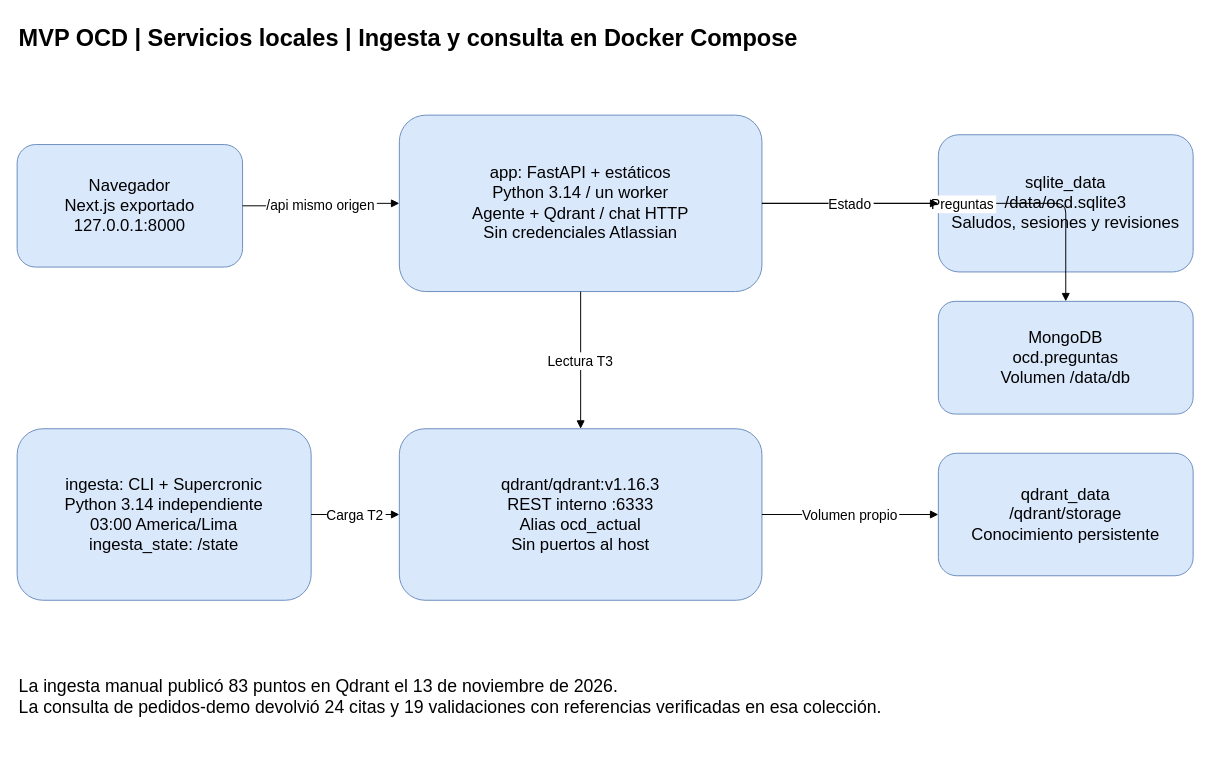
Above: page "Servicios locales" (2 of 3) of docs/MVP_OCD_Arquitectura.drawio in miguelsff/grupo-visa-ai (draw.io), before the change. Source tidied: cells renumbered, new cells numbered last; positions are measured from the earlier drawing's top-left corner, leaving out a move shared by most shapes. Both pictures are drawn from the tidied source at 98%, with x=0, y=0 at pixel (17, 17).
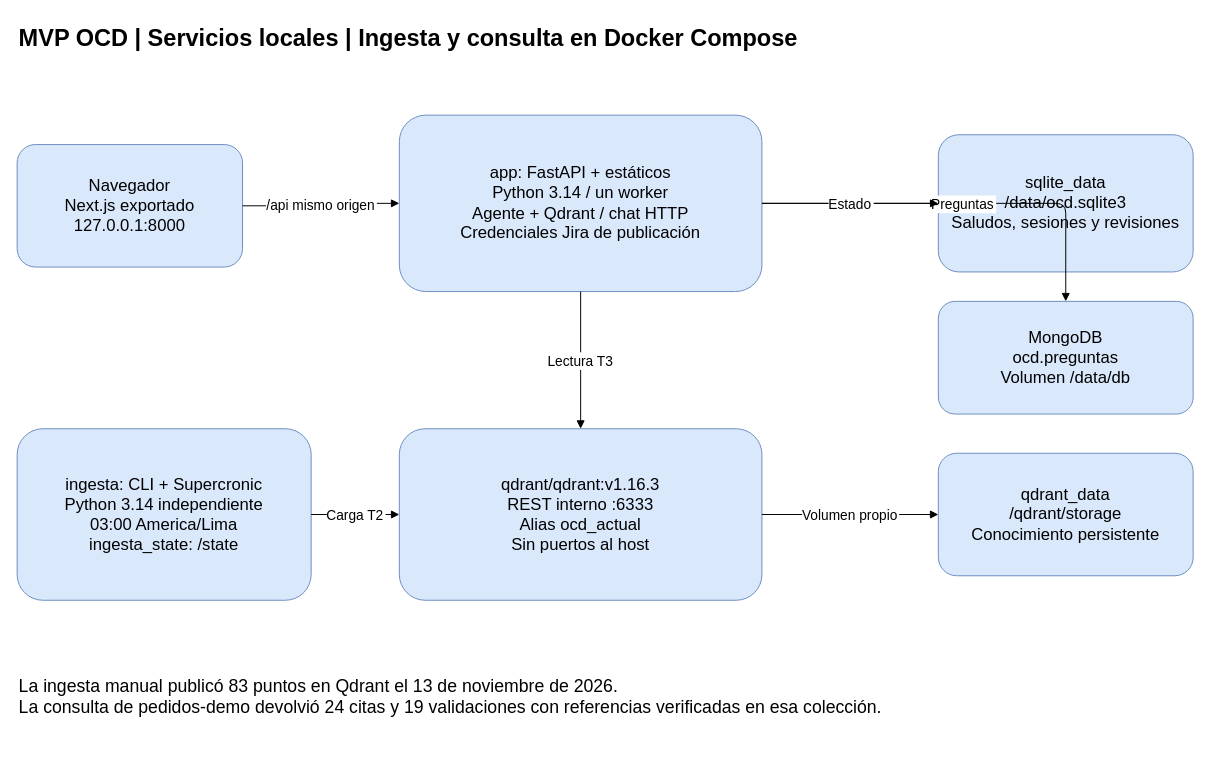
The same page after the edit.

Commit message (it also covers changes not shown here):
Documenta y verifica publicación OCD de demostración

What changed in the source:
```diff
@@
 <mxGraphModel>
   <root>
     <mxCell id="0" />
     <mxCell id="1" parent="0" />
     <mxCell id="2" value="MVP OCD | Servicios locales | Ingesta y consulta en Docker Compose" style="text;html=0;align=left;fontSize=24;fontStyle=1;" parent="1" vertex="1">
       <mxGeometry width="1200" height="65" as="geometry" />
     </mxCell>
     <mxCell id="3" value="Navegador&#10;Next.js exportado&#10;127.0.0.1:8000" style="rounded=1;whiteSpace=wrap;html=0;align=center;verticalAlign=middle;fontSize=17;fillColor=#dae8fc;strokeColor=#6c8ebf;" parent="1" vertex="1">
       <mxGeometry y="130" width="230" height="125" as="geometry" />
     </mxCell>
-    <mxCell id="4" value="app: FastAPI + estáticos&#10;Python 3.14 / un worker&#10;Agente + Qdrant / chat HTTP&#10;Sin credenciales Atlassian" style="rounded=1;whiteSpace=wrap;html=0;align=center;verticalAlign=middle;fontSize=17;fillColor=#dae8fc;strokeColor=#6c8ebf;" parent="1" vertex="1">
+    <mxCell id="4" value="app: FastAPI + estáticos&#10;Python 3.14 / un worker&#10;Agente + Qdrant / chat HTTP&#10;Credenciales Jira de publicación" style="rounded=1;whiteSpace=wrap;html=0;align=center;verticalAlign=middle;fontSize=17;fillColor=#dae8fc;strokeColor=#6c8ebf;" parent="1" vertex="1">
       <mxGeometry x="390" y="100" width="370" height="180" as="geometry" />
     </mxCell>
     <mxCell id="5" value="sqlite_data&#10;/data/ocd.sqlite3&#10;Saludos, sesiones y revisiones" style="rounded=1;whiteSpace=wrap;html=0;align=center;verticalAlign=middle;fontSize=17;fillColor=#dae8fc;strokeColor=#6c8ebf;" parent="1" vertex="1">
       <mxGeometry x="940" y="120" width="260" height="140" as="geometry" />
     </mxCell>
     <mxCell id="6" value="ingesta: CLI + Supercronic&#10;Python 3.14 independiente&#10;03:00 America/Lima&#10;ingesta_state: /state" style="rounded=1;whiteSpace=wrap;html=0;align=center;verticalAlign=middle;fontSize=17;fillColor=#dae8fc;strokeColor=#6c8ebf;" parent="1" vertex="1">
       <mxGeometry y="420" width="300" height="175" as="geometry" />
     </mxCell>
     <mxCell id="7" value="qdrant/qdrant:v1.16.3&#10;REST interno :6333&#10;Alias ocd_actual&#10;Sin puertos al host" style="rounded=1;whiteSpace=wrap;html=0;align=center;verticalAlign=middle;fontSize=17;fillColor=#dae8fc;strokeColor=#6c8ebf;" parent="1" vertex="1">
       <mxGeometry x="390" y="420" width="370" height="175" as="geometry" />
     </mxCell>
     <mxCell id="8" value="qdrant_data&#10;/qdrant/storage&#10;Conocimiento persistente" style="rounded=1;whiteSpace=wrap;html=0;align=center;verticalAlign=middle;fontSize=17;fillColor=#dae8fc;strokeColor=#6c8ebf;" parent="1" vertex="1">
       <mxGeometry x="940" y="445" width="260" height="125" as="geometry" />
     </mxCell>
     <mxCell id="9" value="MongoDB&#10;ocd.preguntas&#10;Volumen /data/db" style="rounded=1;whiteSpace=wrap;html=0;align=center;verticalAlign=middle;fontSize=17;fillColor=#dae8fc;strokeColor=#6c8ebf;" parent="1" vertex="1">
       <mxGeometry x="940" y="290" width="260" height="115" as="geometry" />
     </mxCell>
     <mxCell id="10" value="Preguntas" style="edgeStyle=orthogonalEdgeStyle;html=0;endArrow=block;fontSize=14;" parent="1" edge="1" source="4" target="9">
       <mxGeometry relative="1" as="geometry" />
     </mxCell>
     <mxCell id="11" value="/api mismo origen" style="edgeStyle=orthogonalEdgeStyle;html=0;endArrow=block;fontSize=14;" parent="1" edge="1" source="3" target="4">
       <mxGeometry relative="1" as="geometry" />
     </mxCell>
     <mxCell id="12" value="Estado" style="edgeStyle=orthogonalEdgeStyle;html=0;endArrow=block;fontSize=14;" parent="1" edge="1" source="4" target="5">
       <mxGeometry relative="1" as="geometry" />
     </mxCell>
     <mxCell id="13" value="Lectura T3" style="edgeStyle=orthogonalEdgeStyle;html=0;endArrow=block;fontSize=14;" parent="1" edge="1" source="4" target="7">
       <mxGeometry relative="1" as="geometry" />
     </mxCell>
     <mxCell id="14" value="Carga T2" style="edgeStyle=orthogonalEdgeStyle;html=0;endArrow=block;fontSize=14;" parent="1" edge="1" source="6" target="7">
       <mxGeometry relative="1" as="geometry" />
     </mxCell>
     <mxCell id="15" value="Volumen propio" style="edgeStyle=orthogonalEdgeStyle;html=0;endArrow=block;fontSize=14;" parent="1" edge="1" source="7" target="8">
       <mxGeometry relative="1" as="geometry" />
     </mxCell>
     <mxCell id="16" value="La ingesta manual publicó 83 puntos en Qdrant el 13 de noviembre de 2026.&#10;La consulta de pedidos-demo devolvió 24 citas y 19 validaciones con referencias verificadas en esa colección." style="text;html=0;align=left;fontSize=18;" parent="1" vertex="1">
       <mxGeometry y="665" width="1200" height="80" as="geometry" />
     </mxCell>
   </root>
 </mxGraphModel>
```
